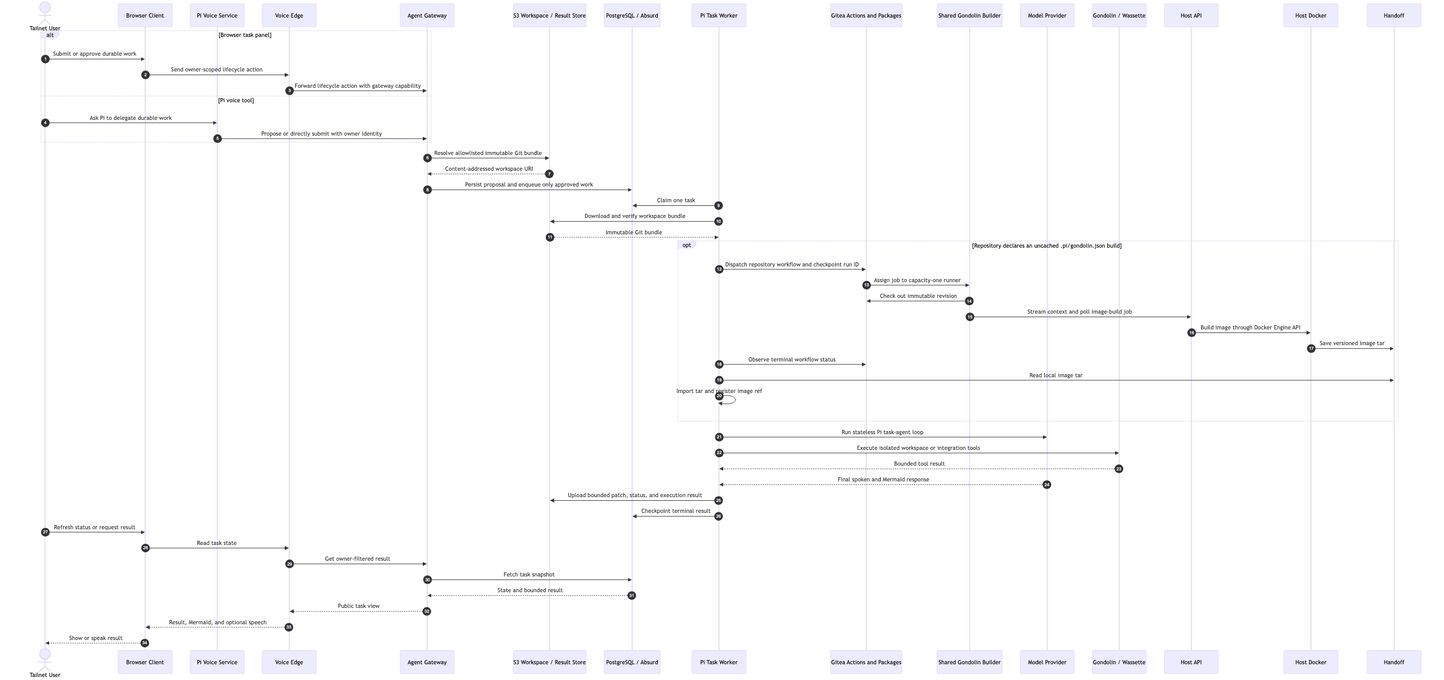
ragavsathish/agent-workload-platform keeps this Mermaid diagram as products/voice-agent/docs/architecture/d2-delegated-task.png. Above is the earlier version. Its source is kept beside it as products/voice-agent/docs/architecture/d2-delegated-task.mmd.
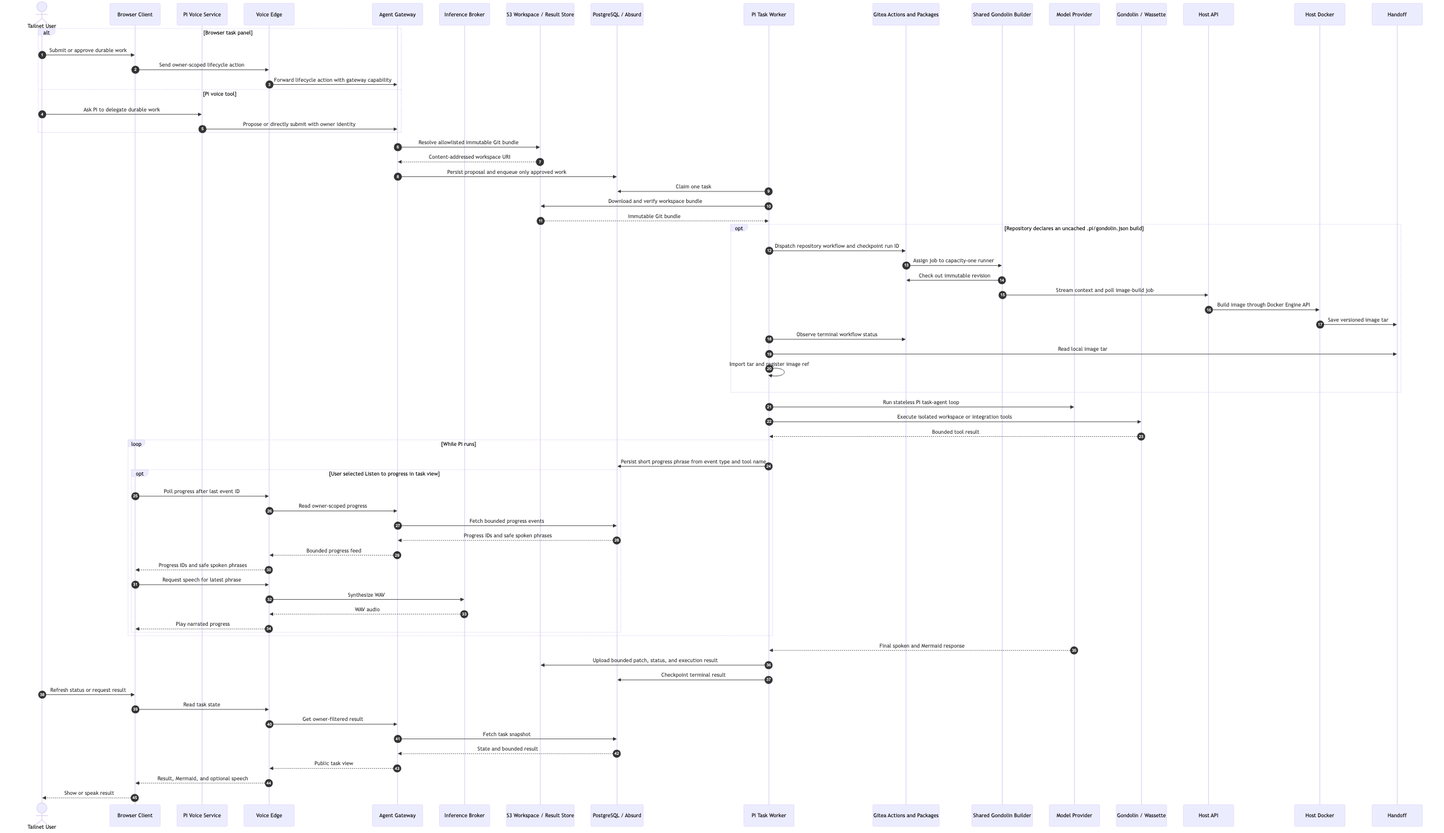
Later version of the same file.

Diff of the diagram source:
```diff
@@ -5,6 +5,7 @@
     participant Voice as Pi Voice Service
     participant Edge as Voice Edge
     participant Gateway as Agent Gateway
+    participant Broker as Inference Broker
     participant Store as S3 Workspace / Result Store
     participant Queue as PostgreSQL / Absurd
     participant Worker as Pi Task Worker
@@ -41,6 +42,21 @@
     Worker->>Model: Run stateless Pi task-agent loop
     Worker->>Tools: Execute isolated workspace or integration tools
     Tools-->>Worker: Bounded tool result
+    loop While Pi runs
+        Worker->>Queue: Persist short progress phrase from event type and tool name
+        opt User selected Listen to progress in task view
+            Browser->>Edge: Poll progress after last event ID
+            Edge->>Gateway: Read owner-scoped progress
+            Gateway->>Queue: Fetch bounded progress events
+            Queue-->>Gateway: Progress IDs and safe spoken phrases
+            Gateway-->>Edge: Bounded progress feed
+            Edge-->>Browser: Progress IDs and safe spoken phrases
+            Browser->>Edge: Request speech for latest phrase
+            Edge->>Broker: Synthesize WAV
+            Broker-->>Edge: WAV audio
+            Edge-->>Browser: Play narrated progress
+        end
+    end
     Model-->>Worker: Final spoken and Mermaid response
     Worker->>Store: Upload bounded patch, status, and execution result
     Worker->>Queue: Checkpoint terminal result
```
